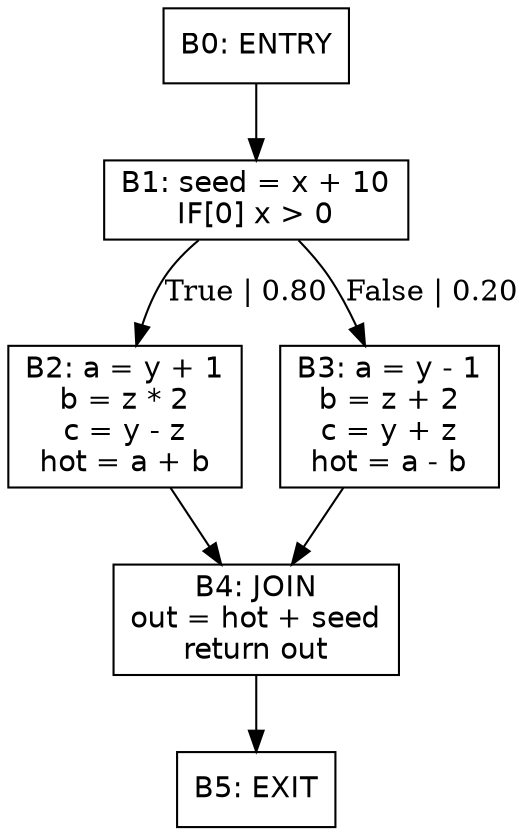
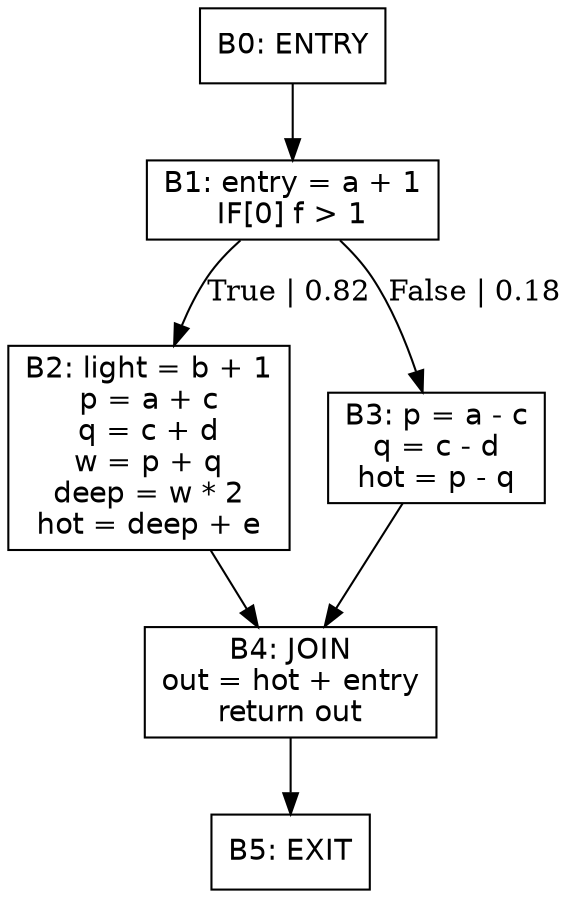
digraph CFG {
  rankdir=TB;
  node [shape=box, fontname=Helvetica];
  B0 [label="B0: ENTRY"];
-   B1 [label="B1: seed = x + 10\nIF[0] x > 0"];
-   B2 [label="B2: a = y + 1\nb = z * 2\nc = y - z\nhot = a + b"];
-   B3 [label="B3: a = y - 1\nb = z + 2\nc = y + z\nhot = a - b"];
-   B4 [label="B4: JOIN\nout = hot + seed\nreturn out"];
+   B1 [label="B1: entry = a + 1\nIF[0] f > 1"];
+   B2 [label="B2: light = b + 1\np = a + c\nq = c + d\nw = p + q\ndeep = w * 2\nhot = deep + e"];
+   B3 [label="B3: p = a - c\nq = c - d\nhot = p - q"];
+   B4 [label="B4: JOIN\nout = hot + entry\nreturn out"];
  B5 [label="B5: EXIT"];
  B0 -> B1;
-   B1 -> B2 [label="True | 0.80"];
-   B1 -> B3 [label="False | 0.20"];
+   B1 -> B2 [label="True | 0.82"];
+   B1 -> B3 [label="False | 0.18"];
  B2 -> B4;
  B3 -> B4;
  B4 -> B5;
}